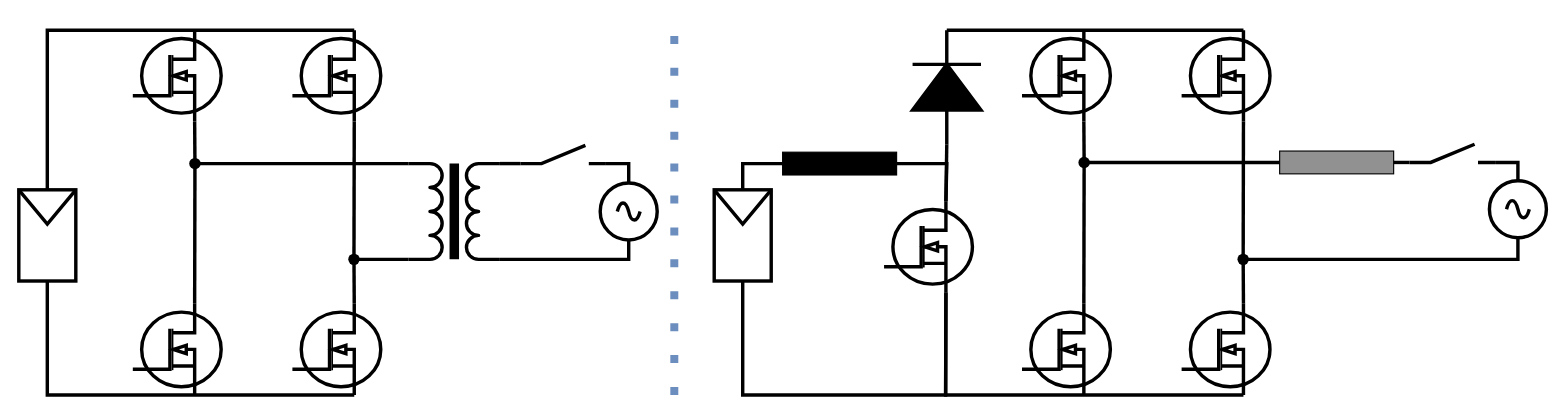
The draw.io diagram Topologie_FS_Richtig.drawio in Lostqw1/Funfun, before the edit. Source tidied: cells renumbered, new cells numbered last; positions are measured from the earlier drawing's top-left corner, leaving out a move shared by most shapes. Both pictures are drawn from the tidied source at 114%, with x=0, y=0 at pixel (18, 18).
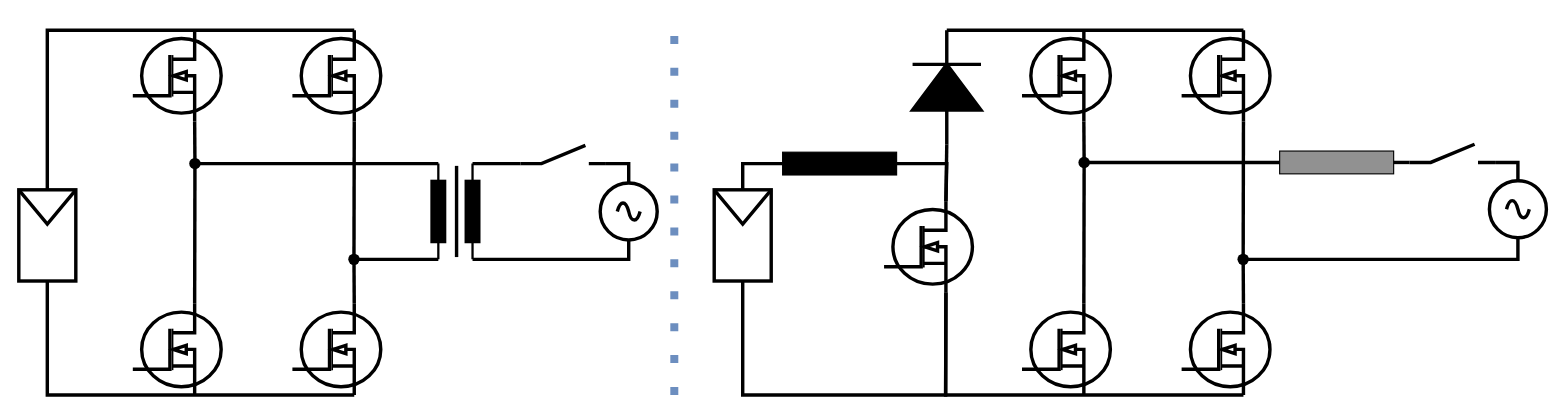
The same page after the edit.

Unchanged cells that the change refers to:
```xml
<mxCell id="11" style="verticalLabelPosition=bottom;shadow=0;dashed=0;align=center;html=1;verticalAlign=top;shape=mxgraph.electrical.electro-mechanical.make_contact;strokeWidth=3;" parent="1" vertex="1">
  <mxGeometry x="440" y="111" width="75" height="16" as="geometry" />
</mxCell>
<mxCell id="13" style="verticalLabelPosition=bottom;shadow=0;dashed=0;align=center;html=1;verticalAlign=top;shape=mxgraph.electrical.signal_sources.source;points=[[0.5,0,0],[1,0.5,0],[0.5,1,0],[0,0.5,0]];elSignalType=ac;strokeWidth=3;" parent="1" vertex="1">
  <mxGeometry x="510" y="144" width="50" height="50" as="geometry" />
</mxCell>
<mxCell id="15" style="shape=waypoint;sketch=0;fillStyle=solid;size=6;points=[];fillColor=none;perimeter=centerPerimeter;snapToPoint=1;strokeWidth=3;" parent="1" vertex="1">
  <mxGeometry x="144.5" y="117" width="20" height="20" as="geometry" />
</mxCell>
<mxCell id="17" style="shape=waypoint;sketch=0;fillStyle=solid;size=6;points=[];fillColor=none;perimeter=centerPerimeter;snapToPoint=1;strokeWidth=3;" parent="1" vertex="1">
  <mxGeometry x="284" y="201" width="20" height="20" as="geometry" />
</mxCell>
```

What changed in the source:
```diff
@@
-    <mxCell id="2" style="verticalLabelPosition=bottom;shadow=0;dashed=0;align=center;html=1;verticalAlign=top;shape=mxgraph.electrical.inductors.transformer_1;rotation=90;strokeWidth=3;" parent="1" vertex="1">
-      <mxGeometry x="340" y="129" width="84" height="80" as="geometry" />
-    </mxCell>
@@
-    <mxCell id="12" style="endArrow=none;html=1;rounded=0;entryX=0;entryY=1;entryDx=0;entryDy=0;entryPerimeter=0;exitX=0;exitY=0;exitDx=0;exitDy=0;exitPerimeter=0;strokeWidth=3;" parent="1" edge="1" source="2" target="11">
+    <mxCell id="12" style="endArrow=none;html=1;rounded=0;entryX=0;entryY=1;entryDx=0;entryDy=0;entryPerimeter=0;exitX=0;exitY=0.5;exitDx=0;exitDy=0;exitPerimeter=0;strokeWidth=3;" parent="1" edge="1" source="53" target="11">
       <mxGeometry relative="1" as="geometry" />
     </mxCell>
@@
-    <mxCell id="20" style="endArrow=none;html=1;rounded=0;exitX=0.475;exitY=0.65;exitDx=0;exitDy=0;exitPerimeter=0;entryX=0;entryY=1;entryDx=0;entryDy=0;entryPerimeter=0;strokeWidth=3;" parent="1" edge="1" source="15" target="2">
+    <mxCell id="20" style="endArrow=none;html=1;rounded=0;exitX=0.475;exitY=0.65;exitDx=0;exitDy=0;exitPerimeter=0;entryX=0;entryY=0.5;entryDx=0;entryDy=0;entryPerimeter=0;strokeWidth=3;" parent="1" edge="1" source="15" target="55">
       <mxGeometry relative="1" as="geometry" />
     </mxCell>
-    <mxCell id="21" style="endArrow=none;html=1;rounded=0;entryX=1;entryY=1;entryDx=0;entryDy=0;entryPerimeter=0;strokeWidth=3;" parent="1" edge="1" source="17" target="2">
+    <mxCell id="21" style="endArrow=none;html=1;rounded=0;entryX=1;entryY=0.5;entryDx=0;entryDy=0;entryPerimeter=0;strokeWidth=3;" parent="1" edge="1" source="17" target="55">
       <mxGeometry relative="1" as="geometry" />
     </mxCell>
-    <mxCell id="22" style="endArrow=none;html=1;rounded=0;entryX=0.5;entryY=1;entryDx=0;entryDy=0;entryPerimeter=0;exitX=1;exitY=0;exitDx=0;exitDy=0;exitPerimeter=0;strokeWidth=3;" parent="1" edge="1" source="2" target="13">
+    <mxCell id="22" style="endArrow=none;html=1;rounded=0;entryX=0.5;entryY=1;entryDx=0;entryDy=0;entryPerimeter=0;strokeWidth=3;exitX=1;exitY=0.5;exitDx=0;exitDy=0;exitPerimeter=0;" parent="1" edge="1" source="53" target="13">
       <mxGeometry relative="1" as="geometry">
         <Array as="points">
           <mxPoint x="535" y="211" />
         </Array>
       </mxGeometry>
     </mxCell>
@@
+    <mxCell id="53" style="verticalLabelPosition=bottom;shadow=0;dashed=0;align=center;html=1;verticalAlign=top;shape=mxgraph.electrical.resistors.resistor_1;rotation=90;strokeWidth=2;fillColor=#000000;" parent="1" vertex="1">
+      <mxGeometry x="356" y="163" width="84" height="12" as="geometry" />
+    </mxCell>
+    <mxCell id="54" style="endArrow=none;html=1;rounded=0;strokeWidth=3;" parent="1" edge="1">
+      <mxGeometry relative="1" as="geometry">
+        <mxPoint x="384" y="209" as="sourcePoint" />
+        <mxPoint x="384" y="129" as="targetPoint" />
+      </mxGeometry>
+    </mxCell>
+    <mxCell id="55" style="verticalLabelPosition=bottom;shadow=0;dashed=0;align=center;html=1;verticalAlign=top;shape=mxgraph.electrical.resistors.resistor_1;rotation=90;strokeWidth=2;fillColor=#000000;" parent="1" vertex="1">
+      <mxGeometry x="326" y="163" width="84" height="12" as="geometry" />
+    </mxCell>
```
